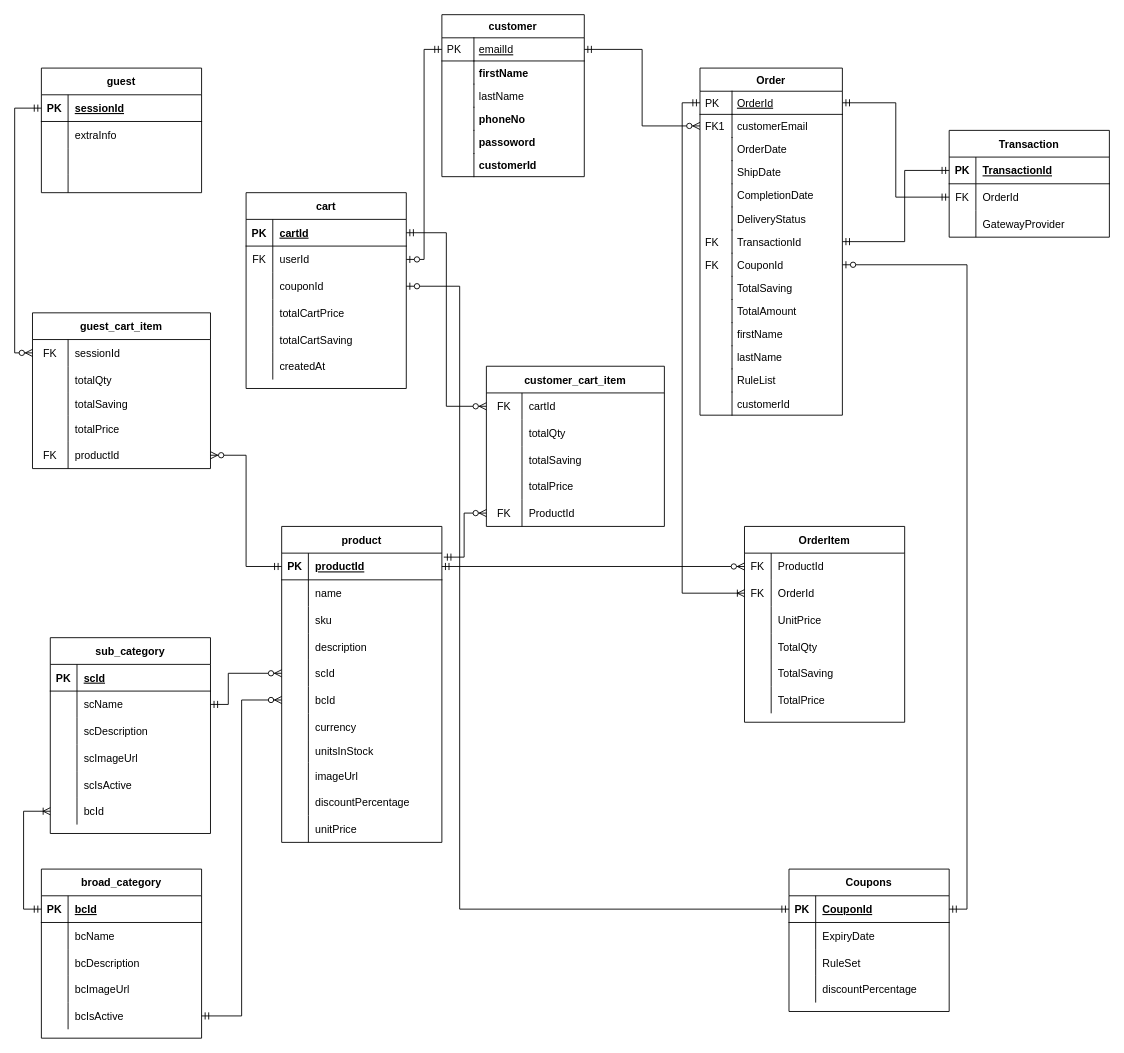
Above: resources/e-food.drawio in shashankvivek/e-food-server (draw.io), before the change. Source tidied: cells renumbered, new cells numbered last; positions are measured from the earlier drawing's top-left corner, leaving out a move shared by most shapes. Both pictures are drawn from the tidied source at 89%, with x=0, y=0 at pixel (32, 14).
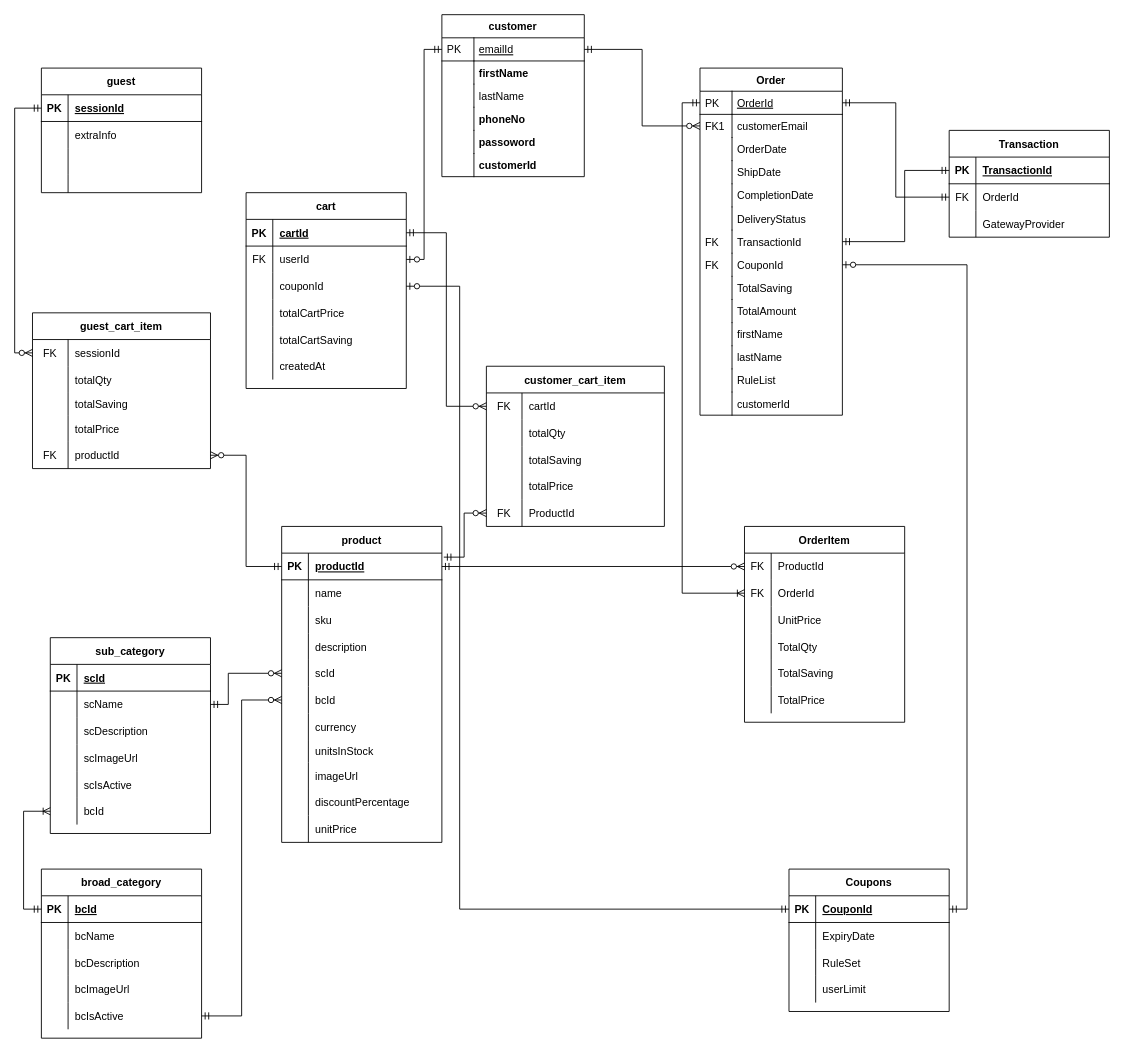
After the change.

The change refers to these unchanged cells:
```xml
<mxCell id="213" style="shape=partialRectangle;fillColor=none;top=0;left=0;bottom=0;right=0;" parent="203" vertex="1">
  <mxGeometry y="120" width="180" height="30" as="geometry" />
</mxCell>
```

What changed in the source:
```diff
@@
-    <mxCell id="215" value="discountPercentage" style="shape=partialRectangle;fillColor=none;top=0;left=0;bottom=0;right=0;align=left;spacingLeft=6;overflow=hidden;" parent="213" vertex="1">
-      <mxGeometry x="30" width="150" height="30" as="geometry" />
-    </mxCell>
+    <mxCell id="234" value="userLimit" style="shape=partialRectangle;fillColor=none;top=0;left=0;bottom=0;right=0;align=left;spacingLeft=6;overflow=hidden;" parent="213" vertex="1">
+      <mxGeometry x="30" width="150" height="30" as="geometry" />
+    </mxCell>
```
